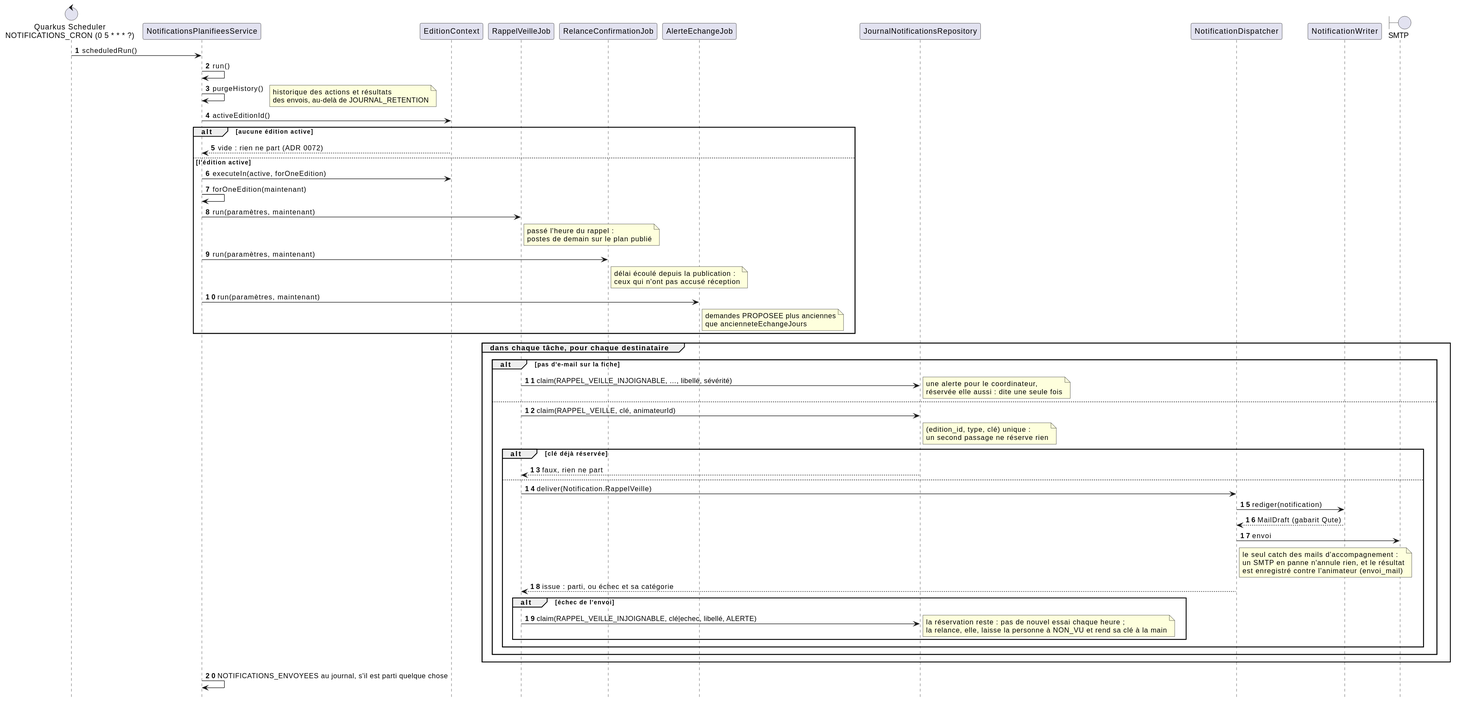
sylvainmetayer/planning-equipes keeps this PlantUML diagram as docs/diagrammes/notifications-planifiees.svg. Above is the earlier version.
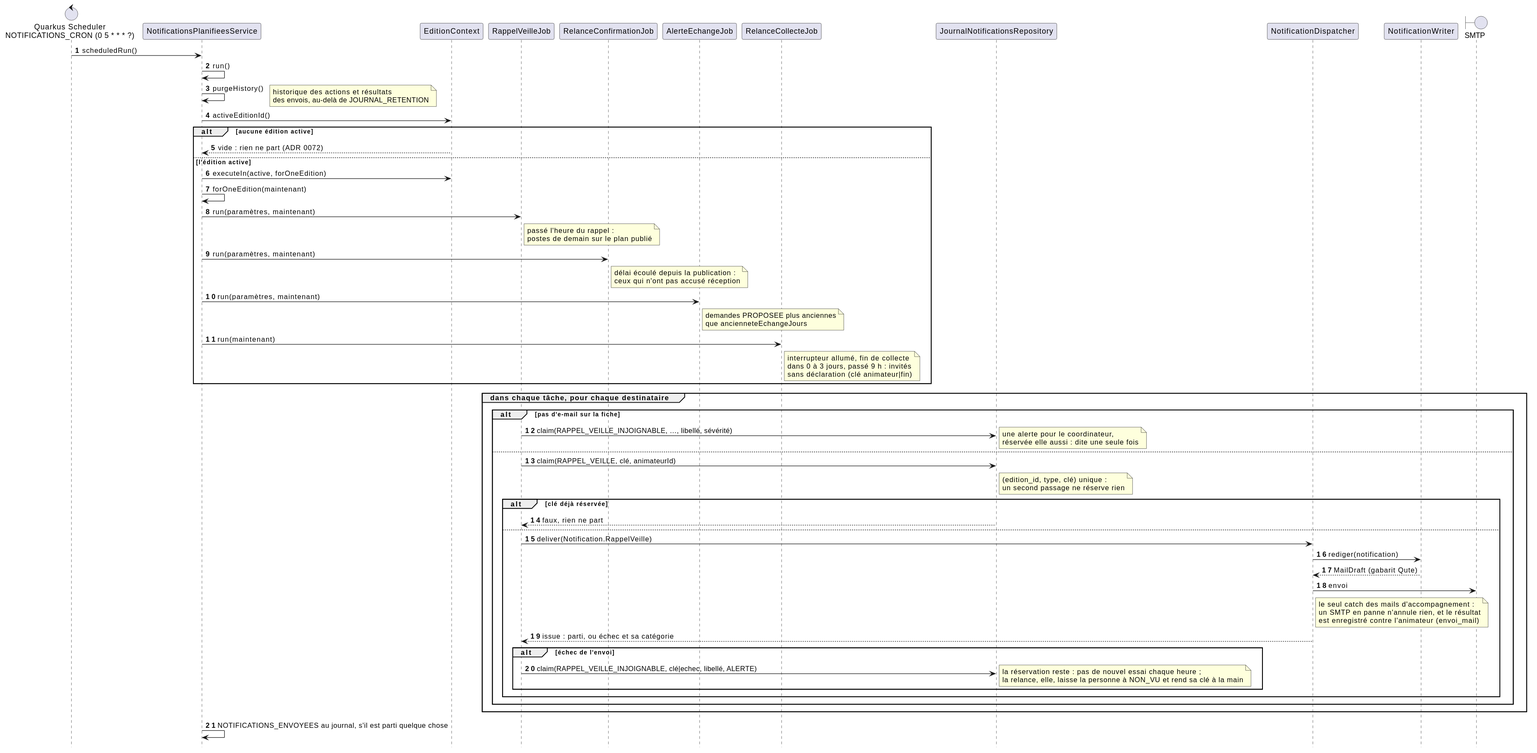
Later version of the same file.

The edit, as a diff of the source:
```diff
@@ -10,6 +10,7 @@
 participant RappelVeilleJob as veille
 participant RelanceConfirmationJob as relance
 participant AlerteEchangeJob as alerte
+participant RelanceCollecteJob as collecte
 participant JournalNotificationsRepository as journal
 participant NotificationDispatcher as dispatcher
 participant NotificationWriter as redacteur
@@ -31,6 +32,8 @@
   note right of relance : délai écoulé depuis la publication :\nceux qui n'ont pas accusé réception
   service -> alerte : run(paramètres, maintenant)
   note right of alerte : demandes PROPOSEE plus anciennes\nque ancienneteEchangeJours
+  service -> collecte : run(maintenant)
+  note right of collecte : interrupteur allumé, fin de collecte\ndans 0 à 3 jours, passé 9 h : invités\nsans déclaration (clé animateur|fin)
 end
 
 group dans chaque tâche, pour chaque destinataire
```
